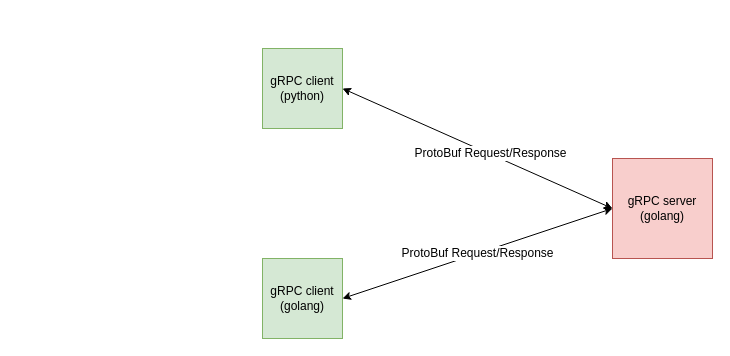
Above: gRPC_arch_overview.drawio in erebos12/grpc (draw.io), before the change. Source tidied: cells renumbered, new cells numbered last; positions are measured from the earlier drawing's top-left corner, leaving out a move shared by most shapes. Both pictures are drawn from the tidied source at 100%, with x=0, y=0 at pixel (262, 48).
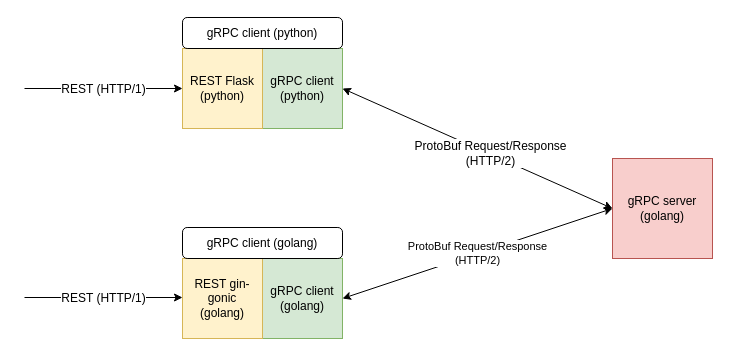
The same page after the edit.

What changed in the source:
```diff
@@
 <mxGraphModel>
   <root>
     <mxCell id="0" />
     <mxCell id="1" parent="0" />
     <mxCell id="2" value="gRPC server&lt;br&gt;(golang)&lt;br&gt;" style="whiteSpace=wrap;html=1;fillColor=#f8cecc;strokeColor=#b85450;" parent="1" vertex="1">
       <mxGeometry x="350" y="110" width="100" height="100" as="geometry" />
     </mxCell>
     <mxCell id="3" value="gRPC client&lt;br&gt;(golang)&lt;br&gt;" style="whiteSpace=wrap;html=1;fillColor=#d5e8d4;strokeColor=#82b366;" parent="1" vertex="1">
       <mxGeometry y="210" width="80" height="80" as="geometry" />
     </mxCell>
     <mxCell id="4" value="gRPC client&lt;br&gt;(python)&lt;br&gt;" style="whiteSpace=wrap;html=1;fillColor=#d5e8d4;strokeColor=#82b366;" parent="1" vertex="1">
       <mxGeometry width="80" height="80" as="geometry" />
     </mxCell>
-    <mxCell id="5" value="&lt;span&gt;&lt;font style=&quot;font-size: 12px&quot;&gt;ProtoBuf Request/Response&lt;/font&gt;&lt;/span&gt;" style="endArrow=classic;startArrow=classic;html=1;entryX=0;entryY=0.5;entryDx=0;entryDy=0;exitX=1;exitY=0.5;exitDx=0;exitDy=0;" parent="1" edge="1" source="3" target="2">
+    <mxCell id="5" value="&lt;span&gt;ProtoBuf Request/Response&lt;/span&gt;&lt;br&gt;&lt;span&gt;(HTTP/2)&lt;/span&gt;&lt;br&gt;" style="endArrow=classic;startArrow=classic;html=1;entryX=0;entryY=0.5;entryDx=0;entryDy=0;exitX=1;exitY=0.5;exitDx=0;exitDy=0;" parent="1" edge="1" source="3" target="2">
       <mxGeometry relative="1" as="geometry" />
     </mxCell>
     <mxCell id="6" style="endArrow=classic;startArrow=classic;html=1;entryX=0;entryY=0.5;entryDx=0;entryDy=0;exitX=1;exitY=0.5;exitDx=0;exitDy=0;" parent="1" edge="1" source="4" target="2">
       <mxGeometry relative="1" as="geometry" />
     </mxCell>
-    <mxCell id="7" value="ProtoBuf Request/Response" style="text;html=1;align=center;verticalAlign=middle;labelBackgroundColor=#ffffff;" parent="6" vertex="1">
+    <mxCell id="7" value="ProtoBuf Request/Response&lt;br&gt;(HTTP/2)&lt;br&gt;" style="text;html=1;align=center;verticalAlign=middle;labelBackgroundColor=#ffffff;" parent="6" vertex="1">
       <mxGeometry x="0.08" y="2" relative="1" as="geometry">
         <mxPoint y="1" as="offset" />
       </mxGeometry>
     </mxCell>
+    <mxCell id="8" value="REST Flask&lt;br&gt;(python)&lt;br&gt;" style="whiteSpace=wrap;html=1;fillColor=#fff2cc;strokeColor=#d6b656;" parent="1" vertex="1">
+      <mxGeometry x="-80" width="80" height="80" as="geometry" />
+    </mxCell>
+    <mxCell id="9" value="REST gin-gonic&lt;br&gt;(golang)&lt;br&gt;" style="whiteSpace=wrap;html=1;fillColor=#fff2cc;strokeColor=#d6b656;" parent="1" vertex="1">
+      <mxGeometry x="-80" y="210" width="80" height="80" as="geometry" />
+    </mxCell>
+    <mxCell id="10" value="gRPC client (golang)" style="rounded=1;whiteSpace=wrap;html=1;" parent="1" vertex="1">
+      <mxGeometry x="-80" y="179" width="160" height="31" as="geometry" />
+    </mxCell>
+    <mxCell id="11" value="gRPC client (python)" style="rounded=1;whiteSpace=wrap;html=1;" parent="1" vertex="1">
+      <mxGeometry x="-80" y="-31" width="160" height="31" as="geometry" />
+    </mxCell>
+    <mxCell id="12" style="endArrow=classic;html=1;entryX=0;entryY=0.5;entryDx=0;entryDy=0;" parent="1" edge="1" target="8">
+      <mxGeometry relative="1" as="geometry">
+        <mxPoint x="-238" y="40" as="sourcePoint" />
+      </mxGeometry>
+    </mxCell>
+    <mxCell id="13" value="REST (HTTP/1)" style="text;html=1;align=center;verticalAlign=middle;labelBackgroundColor=#ffffff;" parent="12" vertex="1">
+      <mxGeometry x="-0.27" y="3" relative="1" as="geometry">
+        <mxPoint x="20" y="3" as="offset" />
+      </mxGeometry>
+    </mxCell>
+    <mxCell id="14" style="endArrow=classic;html=1;entryX=0;entryY=0.5;entryDx=0;entryDy=0;" parent="1" edge="1">
+      <mxGeometry relative="1" as="geometry">
+        <mxPoint x="-238" y="249" as="sourcePoint" />
+        <mxPoint x="-80" y="249" as="targetPoint" />
+      </mxGeometry>
+    </mxCell>
+    <mxCell id="15" value="REST (HTTP/1)" style="text;html=1;align=center;verticalAlign=middle;labelBackgroundColor=#ffffff;" parent="14" vertex="1">
+      <mxGeometry x="-0.27" y="3" relative="1" as="geometry">
+        <mxPoint x="20" y="3" as="offset" />
+      </mxGeometry>
+    </mxCell>
   </root>
 </mxGraphModel>
```
